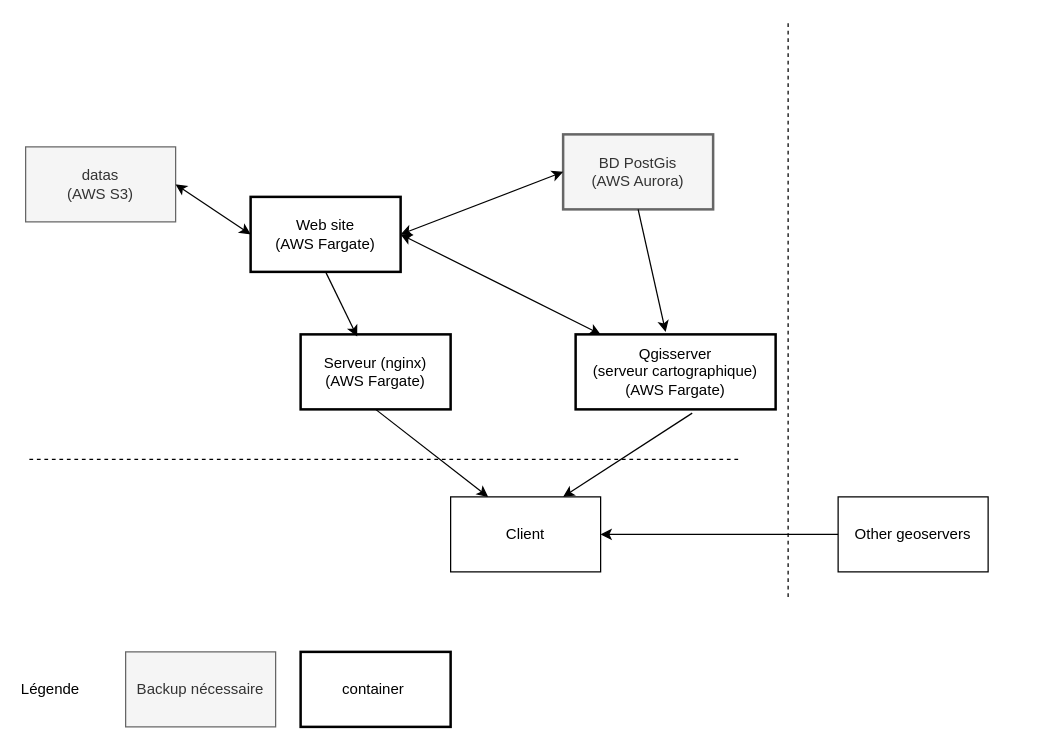
This is page "Page-1" (1 of 2) of arteliasite/archi.drawio from Artelia/Lamia, a draw.io file, before an edit. Source tidied: cells renumbered, new cells numbered last; positions are measured from the earlier drawing's top-left corner, leaving out a move shared by most shapes. Both pictures are drawn from the tidied source at 125%, with x=0, y=0 at pixel (25, 21).
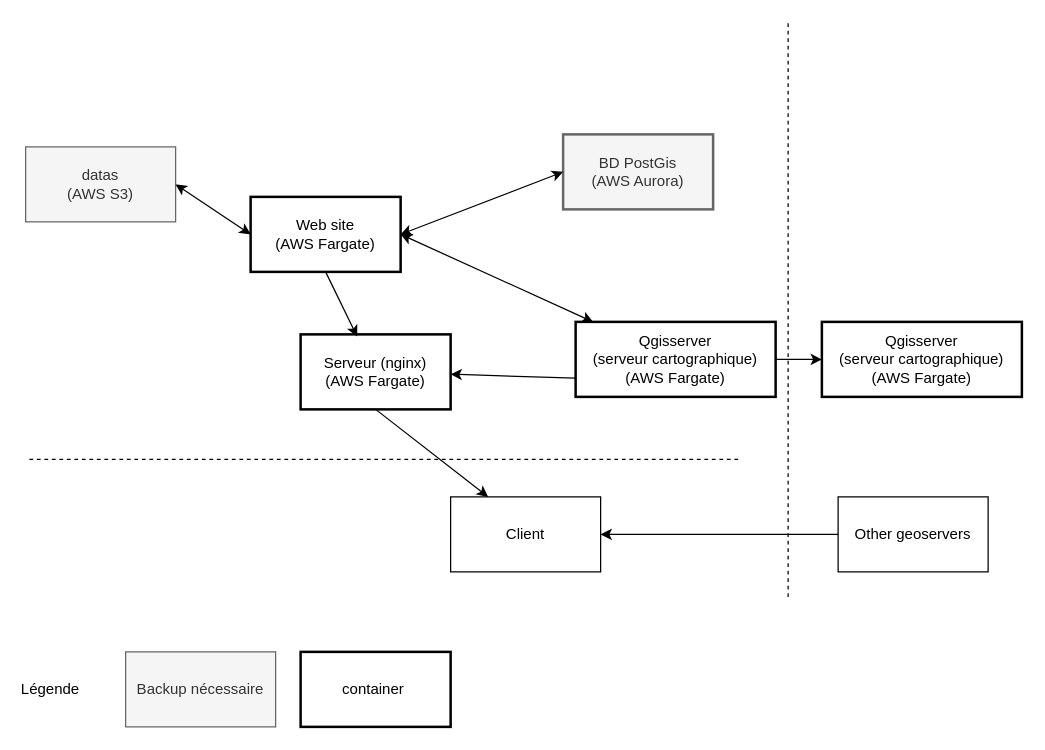
After the change.

Unchanged cells that the change refers to:
```xml
<mxCell id="2" value="BD PostGis&lt;br&gt;(AWS Aurora)" style="rounded=0;whiteSpace=wrap;html=1;fillColor=#f5f5f5;strokeColor=#666666;fontColor=#333333;strokeWidth=2;" parent="1" vertex="1">
  <mxGeometry x="430" y="90" width="120" height="60" as="geometry" />
</mxCell>
<mxCell id="6" value="Client" style="rounded=0;whiteSpace=wrap;html=1;" parent="1" vertex="1">
  <mxGeometry x="340" y="380" width="120" height="60" as="geometry" />
</mxCell>
<mxCell id="19" value="Serveur (nginx)&lt;br&gt;(AWS Fargate)" style="rounded=0;whiteSpace=wrap;html=1;strokeWidth=2;" parent="1" vertex="1">
  <mxGeometry x="220" y="250" width="120" height="60" as="geometry" />
</mxCell>
```

The edit, as a diff of the source:
```diff
@@
     <mxCell id="3" value="Qgisserver&lt;br&gt;(serveur cartographique)&lt;br&gt;(AWS Fargate)" style="rounded=0;whiteSpace=wrap;html=1;strokeWidth=2;" parent="1" vertex="1">
-      <mxGeometry x="440" y="250" width="160" height="60" as="geometry" />
+      <mxGeometry x="440" y="240" width="160" height="60" as="geometry" />
     </mxCell>
-    <mxCell id="4" style="endArrow=classic;html=1;exitX=0.5;exitY=1;exitDx=0;exitDy=0;entryX=0.45;entryY=-0.033;entryDx=0;entryDy=0;entryPerimeter=0;" parent="1" edge="1" source="2" target="3">
+    <mxCell id="4" style="endArrow=classic;html=1;exitX=1;exitY=0.5;exitDx=0;exitDy=0;entryX=0;entryY=0.5;entryDx=0;entryDy=0;" parent="1" edge="1" source="3" target="22">
       <mxGeometry relative="1" as="geometry" />
     </mxCell>
@@
-    <mxCell id="7" style="endArrow=classic;html=1;exitX=0.583;exitY=1.05;exitDx=0;exitDy=0;exitPerimeter=0;entryX=0.75;entryY=0;entryDx=0;entryDy=0;" parent="1" edge="1" source="3" target="6">
+    <mxCell id="7" style="endArrow=classic;html=1;exitX=0;exitY=0.75;exitDx=0;exitDy=0;" parent="1" edge="1" source="3" target="19">
       <mxGeometry relative="1" as="geometry" />
     </mxCell>
@@
+    <mxCell id="22" value="Qgisserver&lt;br&gt;(serveur cartographique)&lt;br&gt;(AWS Fargate)" style="rounded=0;whiteSpace=wrap;html=1;strokeWidth=2;" parent="1" vertex="1">
+      <mxGeometry x="637" y="240" width="160" height="60" as="geometry" />
+    </mxCell>
```
